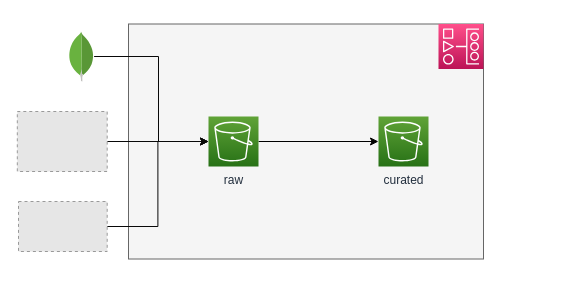
This is architecture.drawio from matbragan/data-lake-solution, a draw.io file, before an edit. Source tidied: cells renumbered, new cells numbered last; positions are measured from the earlier drawing's top-left corner, leaving out a move shared by most shapes. Both pictures are drawn from the tidied source at 100%, with x=0, y=0 at pixel (17, 23). Pictures stored in the file or linked from it are replaced by grey dashed boxes.
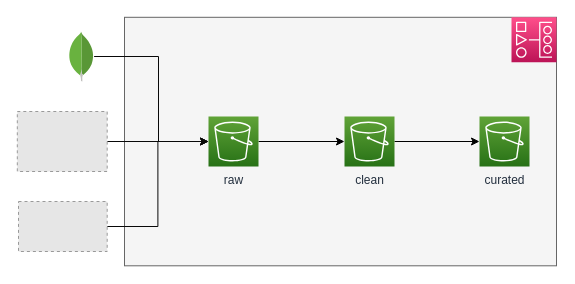
The same diagram, later.

Commit message:
update layers data lake

The edit, as a diff of the source:
```diff
@@
 <mxGraphModel background="#ffffff">
   <root>
     <mxCell id="0" />
     <mxCell id="1" parent="0" />
     <mxCell id="2" style="rounded=0;whiteSpace=wrap;html=1;fillColor=#f5f5f5;fontColor=#333333;strokeColor=#666666;" parent="1" vertex="1">
-      <mxGeometry x="111" y="0.5" width="355" height="235" as="geometry" />
+      <mxGeometry x="107" y="-6.2" width="432" height="248.5" as="geometry" />
     </mxCell>
-    <mxCell id="3" style="edgeStyle=none;html=1;entryX=0;entryY=0.5;entryDx=0;entryDy=0;entryPerimeter=0;strokeColor=#000000;" parent="1" edge="1" source="5" target="11">
-      <mxGeometry relative="1" as="geometry" />
-    </mxCell>
     <mxCell id="4" style="edgeStyle=orthogonalEdgeStyle;rounded=0;jettySize=auto;html=1;entryX=0;entryY=0.5;entryDx=0;entryDy=0;entryPerimeter=0;strokeColor=#080808;" parent="1" edge="1" source="6" target="5">
       <mxGeometry relative="1" as="geometry" />
     </mxCell>
+    <mxCell id="13" style="edgeStyle=none;html=1;entryX=0;entryY=0.5;entryDx=0;entryDy=0;entryPerimeter=0;strokeColor=#000000;" parent="1" edge="1" source="5" target="15">
+      <mxGeometry relative="1" as="geometry" />
+    </mxCell>
     <mxCell id="5" value="raw" style="sketch=0;points=[[0,0,0],[0.25,0,0],[0.5,0,0],[0.75,0,0],[1,0,0],[0,1,0],[0.25,1,0],[0.5,1,0],[0.75,1,0],[1,1,0],[0,0.25,0],[0,0.5,0],[0,0.75,0],[1,0.25,0],[1,0.5,0],[1,0.75,0]];outlineConnect=0;fontColor=#232F3E;gradientColor=#60A337;gradientDirection=north;fillColor=#277116;strokeColor=#ffffff;dashed=0;verticalLabelPosition=bottom;verticalAlign=top;align=center;html=1;fontSize=12;fontStyle=0;shape=mxgraph.aws4.resourceIcon;resIcon=mxgraph.aws4.s3;" parent="1" vertex="1">
       <mxGeometry x="191" y="93" width="50" height="50" as="geometry" />
     </mxCell>
     <mxCell id="6" style="fillColor=#E6E6E6;strokeColor=#999999;dashed=1;verticalLabelPosition=bottom;verticalAlign=top;" parent="1" vertex="1">
       <mxGeometry x="1" y="178" width="88.7" height="50" as="geometry" />
     </mxCell>
     <mxCell id="7" style="edgeStyle=orthogonalEdgeStyle;rounded=0;jettySize=auto;html=1;entryX=0;entryY=0.5;entryDx=0;entryDy=0;entryPerimeter=0;strokeColor=#080808;" parent="1" edge="1" source="8" target="5">
       <mxGeometry relative="1" as="geometry" />
     </mxCell>
     <mxCell id="8" style="fillColor=#E6E6E6;strokeColor=#999999;dashed=1;verticalLabelPosition=bottom;verticalAlign=top;" parent="1" vertex="1">
       <mxGeometry x="-0.2" y="88" width="89.9" height="60" as="geometry" />
     </mxCell>
     <mxCell id="9" style="edgeStyle=orthogonalEdgeStyle;rounded=0;jettySize=auto;html=1;entryX=0;entryY=0.5;entryDx=0;entryDy=0;entryPerimeter=0;strokeWidth=1;strokeColor=#080808;" parent="1" edge="1" source="10" target="5">
       <mxGeometry relative="1" as="geometry">
         <Array as="points">
           <mxPoint x="141" y="33" />
           <mxPoint x="141" y="118" />
         </Array>
       </mxGeometry>
     </mxCell>
     <mxCell id="10" style="dashed=0;outlineConnect=0;html=1;align=center;labelPosition=center;verticalLabelPosition=bottom;verticalAlign=top;shape=mxgraph.weblogos.mongodb;" parent="1" vertex="1">
       <mxGeometry x="51" y="8" width="25.6" height="50" as="geometry" />
     </mxCell>
     <mxCell id="11" value="curated&lt;br&gt;" style="sketch=0;points=[[0,0,0],[0.25,0,0],[0.5,0,0],[0.75,0,0],[1,0,0],[0,1,0],[0.25,1,0],[0.5,1,0],[0.75,1,0],[1,1,0],[0,0.25,0],[0,0.5,0],[0,0.75,0],[1,0.25,0],[1,0.5,0],[1,0.75,0]];outlineConnect=0;fontColor=#232F3E;gradientColor=#60A337;gradientDirection=north;fillColor=#277116;strokeColor=#ffffff;dashed=0;verticalLabelPosition=bottom;verticalAlign=top;align=center;html=1;fontSize=12;fontStyle=0;shape=mxgraph.aws4.resourceIcon;resIcon=mxgraph.aws4.s3;" parent="1" vertex="1">
-      <mxGeometry x="361" y="93" width="50" height="50" as="geometry" />
+      <mxGeometry x="462" y="93" width="50" height="50" as="geometry" />
     </mxCell>
     <mxCell id="12" style="sketch=0;fontColor=#232F3E;gradientColor=#FF4F8B;gradientDirection=north;fillColor=#BC1356;strokeColor=#ffffff;dashed=0;verticalLabelPosition=bottom;verticalAlign=top;align=center;html=1;fontSize=12;fontStyle=0;shape=mxgraph.aws4.resourceIcon;resIcon=mxgraph.aws4.managed_workflows_for_apache_airflow;" parent="1" vertex="1">
-      <mxGeometry x="421" y="0.5" width="45" height="45" as="geometry" />
+      <mxGeometry x="494" y="-6.2" width="45" height="45" as="geometry" />
     </mxCell>
+    <mxCell id="14" style="edgeStyle=none;html=1;entryX=0;entryY=0.5;entryDx=0;entryDy=0;entryPerimeter=0;strokeColor=#000000;" parent="1" edge="1" source="15" target="11">
+      <mxGeometry relative="1" as="geometry" />
+    </mxCell>
+    <mxCell id="15" value="clean" style="sketch=0;points=[[0,0,0],[0.25,0,0],[0.5,0,0],[0.75,0,0],[1,0,0],[0,1,0],[0.25,1,0],[0.5,1,0],[0.75,1,0],[1,1,0],[0,0.25,0],[0,0.5,0],[0,0.75,0],[1,0.25,0],[1,0.5,0],[1,0.75,0]];outlineConnect=0;fontColor=#232F3E;gradientColor=#60A337;gradientDirection=north;fillColor=#277116;strokeColor=#ffffff;dashed=0;verticalLabelPosition=bottom;verticalAlign=top;align=center;html=1;fontSize=12;fontStyle=0;shape=mxgraph.aws4.resourceIcon;resIcon=mxgraph.aws4.s3;" parent="1" vertex="1">
+      <mxGeometry x="327" y="93" width="50" height="50" as="geometry" />
+    </mxCell>
   </root>
 </mxGraphModel>
```
